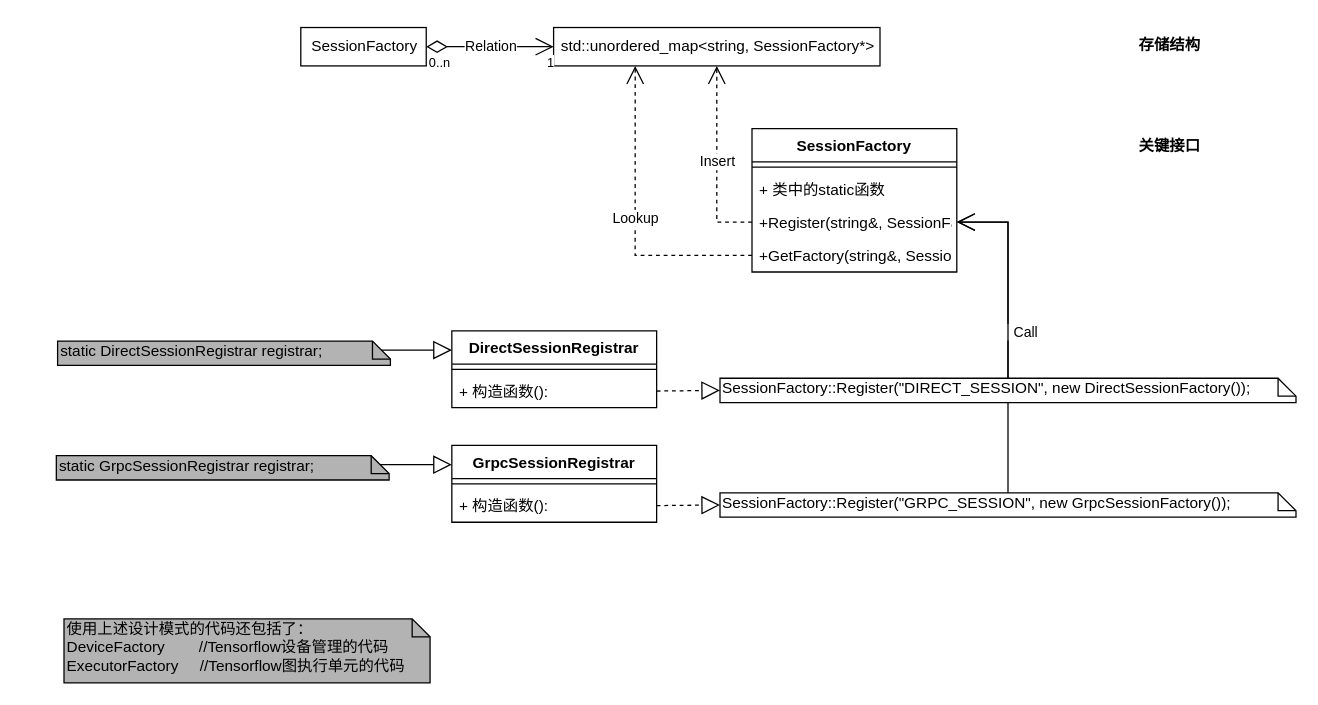
Before: page "SingletonList" (2 of 2) of tensroflow.drawio in jojoyu/draw, a draw.io diagram. Source tidied: cells renumbered, new cells numbered last; positions are measured from the earlier drawing's top-left corner, leaving out a move shared by most shapes. Both pictures are drawn from the tidied source at 128%, with x=0, y=0 at pixel (55, 27).
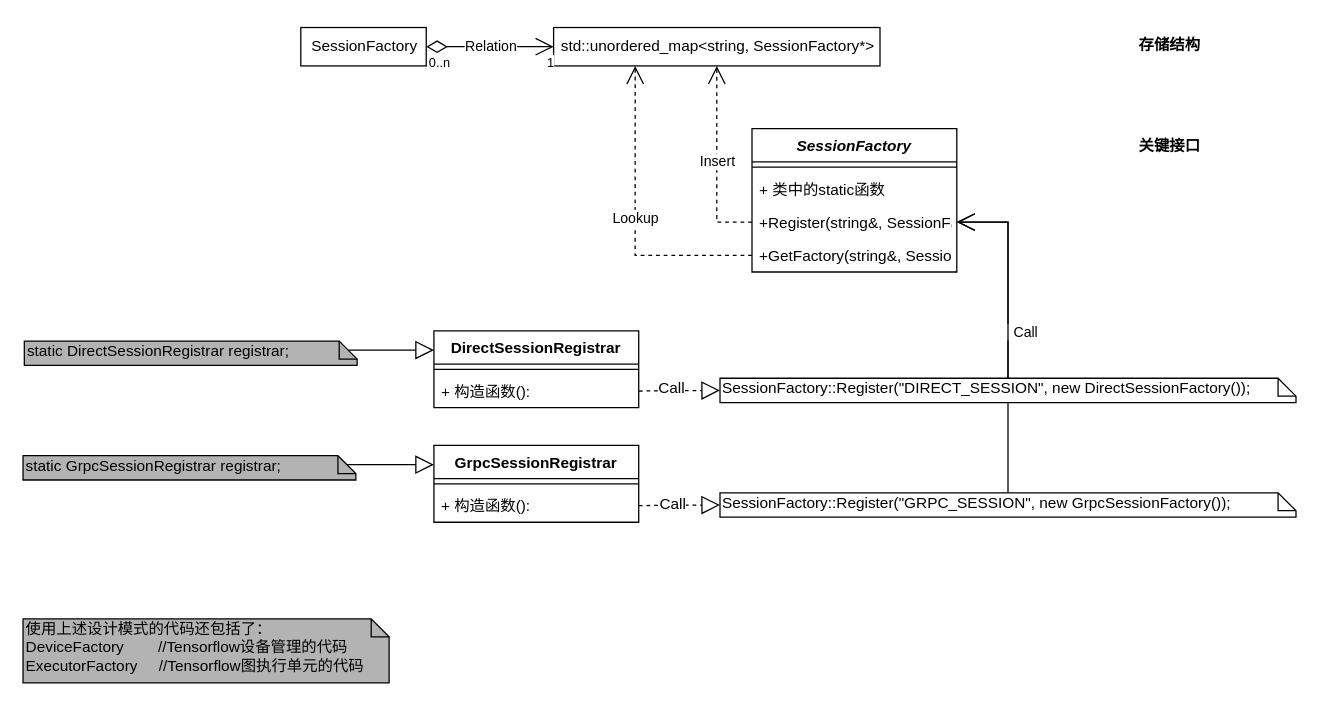
After the change.

Unchanged cells that the change refers to:
```xml
<mxCell id="30" style="endArrow=block;dashed=1;endFill=0;endSize=12;html=1;fontFamily=Helvetica;exitX=1;exitY=0.5;exitDx=0;exitDy=0;entryX=0;entryY=0.5;entryDx=0;entryDy=0;entryPerimeter=0;" parent="1" edge="1" source="21" target="22">
  <mxGeometry relative="1" as="geometry" />
</mxCell>
<mxCell id="31" style="endArrow=block;dashed=1;endFill=0;endSize=12;html=1;fontFamily=Helvetica;exitX=1;exitY=0.5;exitDx=0;exitDy=0;entryX=0;entryY=0.5;entryDx=0;entryDy=0;entryPerimeter=0;" parent="1" edge="1" source="18" target="24">
  <mxGeometry relative="1" as="geometry" />
</mxCell>
```

What changed in the source:
```diff
@@
-    <mxCell id="7" value="SessionFactory" style="swimlane;fontStyle=1;align=center;verticalAlign=top;horizontal=1;startSize=26;fontFamily=Helvetica;" parent="1" vertex="1">
+    <mxCell id="7" value="SessionFactory" style="swimlane;fontStyle=3;align=center;verticalAlign=top;horizontal=1;startSize=26;fontFamily=Helvetica;" parent="1" vertex="1">
       <mxGeometry x="544" y="79" width="160" height="112" as="geometry" />
     </mxCell>
@@
     <mxCell id="16" value="DirectSessionRegistrar" style="swimlane;fontStyle=1;align=center;verticalAlign=top;horizontal=1;startSize=26;fontFamily=Helvetica;" parent="1" vertex="1">
-      <mxGeometry x="309.5" y="237" width="160" height="60" as="geometry" />
+      <mxGeometry x="295.5" y="237" width="160" height="60" as="geometry" />
     </mxCell>
@@
     <mxCell id="19" value="GrpcSessionRegistrar" style="swimlane;fontStyle=1;align=center;verticalAlign=top;horizontal=1;startSize=26;fontFamily=Helvetica;" parent="1" vertex="1">
-      <mxGeometry x="309.5" y="326.5" width="160" height="60" as="geometry" />
+      <mxGeometry x="295.5" y="326.5" width="160" height="60" as="geometry" />
     </mxCell>
@@
     <mxCell id="26" value="&lt;div&gt;&lt;span&gt;static &lt;/span&gt;&lt;span&gt;GrpcSessionRegistrar &lt;/span&gt;&lt;span&gt;registrar&lt;/span&gt;&lt;span&gt;;&lt;/span&gt;&lt;/div&gt;" style="shape=note;whiteSpace=wrap;html=1;size=14;verticalAlign=top;align=left;spacingTop=-6;fontFamily=Helvetica;fontStyle=0;fillColor=#B3B3B3;" parent="1" vertex="1">
-      <mxGeometry x="0.5" y="334.5" width="260" height="19" as="geometry" />
+      <mxGeometry x="-25.5" y="334.5" width="260" height="19" as="geometry" />
     </mxCell>
     <mxCell id="27" value="&lt;div&gt;&lt;span&gt;&lt;span&gt;static &lt;/span&gt;&lt;span&gt;DirectSessionRegistrar &lt;/span&gt;&lt;span&gt;registrar&lt;/span&gt;&lt;span&gt;;&lt;/span&gt;&lt;/span&gt;&lt;/div&gt;" style="shape=note;whiteSpace=wrap;html=1;size=14;verticalAlign=top;align=left;spacingTop=-6;fontFamily=Helvetica;fillColor=#B3B3B3;fontStyle=0;" parent="1" vertex="1">
-      <mxGeometry x="1.5" y="245" width="260" height="19" as="geometry" />
+      <mxGeometry x="-24.5" y="245" width="260" height="19" as="geometry" />
     </mxCell>
@@
+    <mxCell id="33" value="Call" style="text;html=1;align=center;verticalAlign=middle;labelBackgroundColor=#ffffff;" parent="30" vertex="1">
+      <mxGeometry x="0.14" y="-1" relative="1" as="geometry">
+        <mxPoint x="-10" y="-2" as="offset" />
+      </mxGeometry>
+    </mxCell>
@@
+    <mxCell id="34" value="Call" style="text;html=1;align=center;verticalAlign=middle;labelBackgroundColor=#ffffff;" parent="31" vertex="1">
+      <mxGeometry x="-0.21" y="4" relative="1" as="geometry">
+        <mxPoint y="2" as="offset" />
+      </mxGeometry>
+    </mxCell>
     <mxCell id="32" value="使用上述设计模式的代码还包括了：&lt;br&gt;&lt;span&gt;DeviceFactory&amp;nbsp; &amp;nbsp; &amp;nbsp; &amp;nbsp; //Tensorflow设备管理的代码&lt;br&gt;&lt;/span&gt;&lt;span&gt;ExecutorFactory&amp;nbsp; &amp;nbsp; &amp;nbsp;//Tensorflow图执行单元的代码&lt;/span&gt;" style="shape=note;whiteSpace=wrap;html=1;size=14;verticalAlign=top;align=left;spacingTop=-6;fillColor=#B3B3B3;fontFamily=Helvetica;" parent="1" vertex="1">
-      <mxGeometry x="6.5" y="462" width="286" height="50" as="geometry" />
+      <mxGeometry x="-25.5" y="462" width="286" height="50" as="geometry" />
     </mxCell>
```
